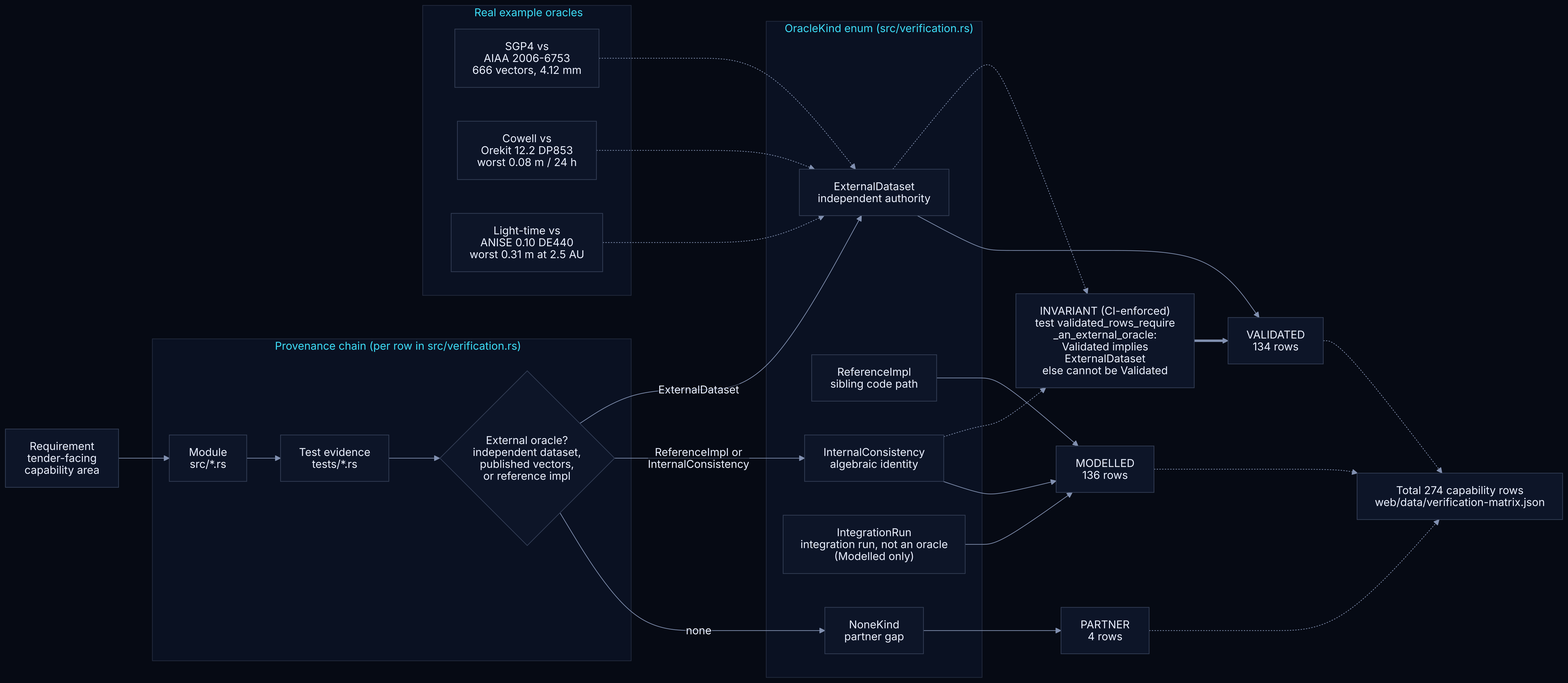
Before: docs/assets/diagrams/validation-provenance.png, a diagram exported from Mermaid (ashfordeOU/kshana). Its source is kept beside it as docs/diagrams/validation-provenance.mmd.
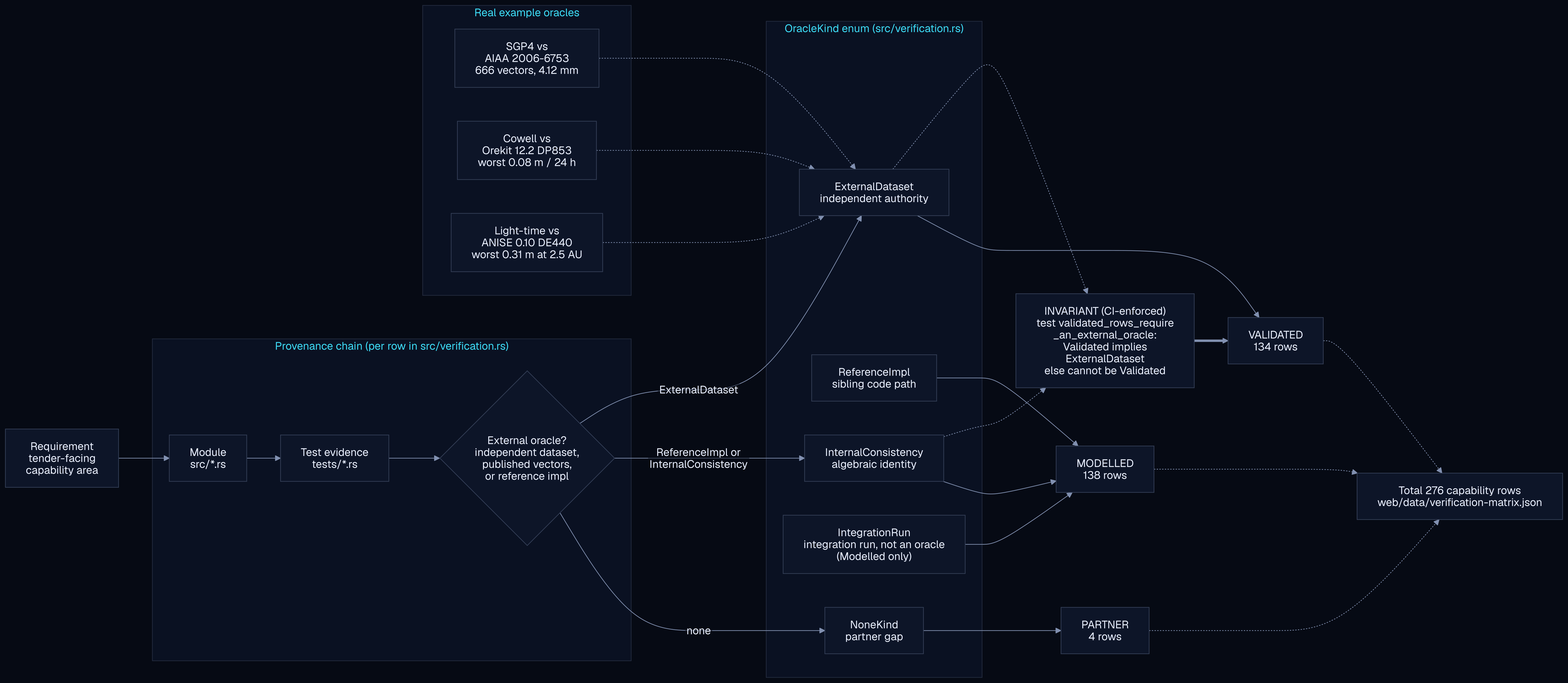
The same file after the commit.

What changed in the source:
```diff
@@ -28,7 +28,7 @@
     INT -.-> GUARD
 
     EXT --> VAL["VALIDATED<br/>134 rows"]
-    REF --> MDL["MODELLED<br/>136 rows"]
+    REF --> MDL["MODELLED<br/>138 rows"]
     INT --> MDL
     IRN --> MDL
     NON --> PRT["PARTNER<br/>4 rows"]
@@ -45,7 +45,7 @@
     E2 -.-> EXT
     E3 -.-> EXT
 
-    TOTAL["Total 274 capability rows<br/>web/data/verification-matrix.json"]
+    TOTAL["Total 276 capability rows<br/>web/data/verification-matrix.json"]
     VAL -.-> TOTAL
     MDL -.-> TOTAL
     PRT -.-> TOTAL
```
